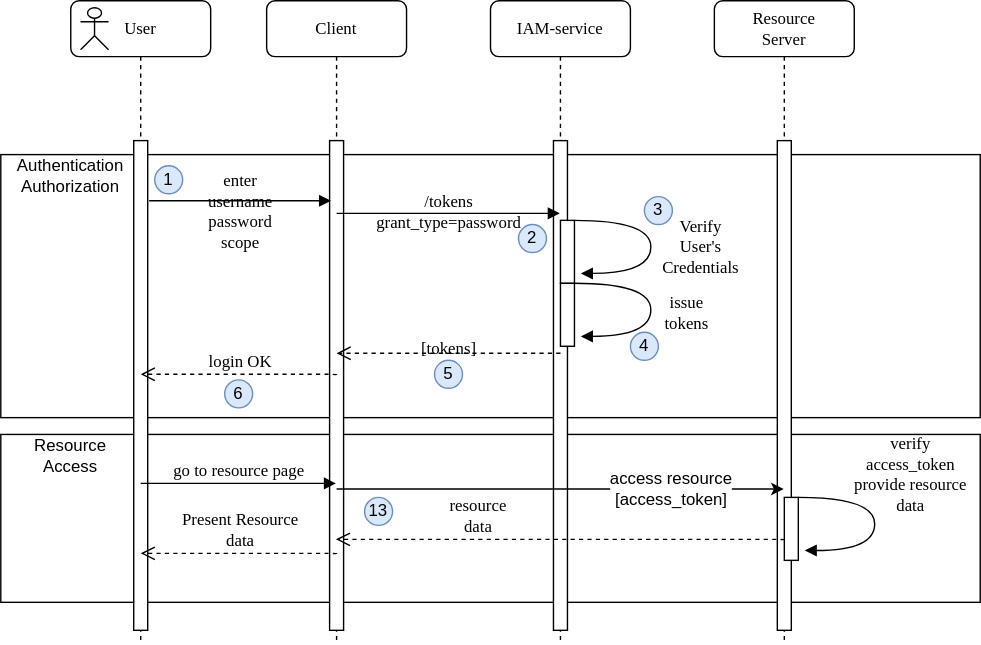
Before: docs/oauth2/133_password-credentials-flow.svg, a diagram exported from draw.io (jveverka/iam-service). Source tidied: cells renumbered, new cells last; positions are measured from the earlier drawing's top-left corner, leaving out a move shared by most shapes. Its diagram source:
```xml
<mxGraphModel background="#ffffff">
  <root>
    <mxCell id="0" />
    <mxCell id="1" parent="0" />
    <mxCell id="2" style="rounded=0;whiteSpace=wrap;html=1;" parent="1" vertex="1">
      <mxGeometry y="310" width="700" height="120" as="geometry" />
    </mxCell>
    <mxCell id="3" style="rounded=0;whiteSpace=wrap;html=1;" parent="1" vertex="1">
      <mxGeometry y="110" width="700" height="188" as="geometry" />
    </mxCell>
    <mxCell id="4" value="Client" style="shape=umlLifeline;perimeter=lifelinePerimeter;whiteSpace=wrap;html=1;rounded=1;shadow=0;comic=0;labelBackgroundColor=none;strokeWidth=1;fontFamily=Verdana;fontSize=12;align=center;" parent="1" vertex="1">
      <mxGeometry x="190" width="100" height="460" as="geometry" />
    </mxCell>
    <mxCell id="5" style="html=1;perimeter=orthogonalPerimeter;rounded=0;shadow=0;comic=0;labelBackgroundColor=none;strokeWidth=1;fontFamily=Verdana;fontSize=12;align=center;" parent="4" vertex="1">
      <mxGeometry x="45" y="100" width="10" height="350" as="geometry" />
    </mxCell>
    <mxCell id="6" value="IAM-service" style="shape=umlLifeline;perimeter=lifelinePerimeter;whiteSpace=wrap;html=1;rounded=1;shadow=0;comic=0;labelBackgroundColor=none;strokeWidth=1;fontFamily=Verdana;fontSize=12;align=center;" parent="1" vertex="1">
      <mxGeometry x="350" width="100" height="460" as="geometry" />
    </mxCell>
    <mxCell id="7" style="html=1;perimeter=orthogonalPerimeter;rounded=0;shadow=0;comic=0;labelBackgroundColor=none;strokeWidth=1;fontFamily=Verdana;fontSize=12;align=center;" parent="6" vertex="1">
      <mxGeometry x="45" y="100" width="10" height="350" as="geometry" />
    </mxCell>
    <mxCell id="8" value="User" style="shape=umlLifeline;perimeter=lifelinePerimeter;whiteSpace=wrap;html=1;rounded=1;shadow=0;comic=0;labelBackgroundColor=none;strokeWidth=1;fontFamily=Verdana;fontSize=12;align=center;" parent="1" vertex="1">
      <mxGeometry x="50" width="100" height="460" as="geometry" />
    </mxCell>
    <mxCell id="9" style="html=1;perimeter=orthogonalPerimeter;rounded=0;shadow=0;comic=0;labelBackgroundColor=none;strokeWidth=1;fontFamily=Verdana;fontSize=12;align=center;" parent="8" vertex="1">
      <mxGeometry x="45" y="100" width="10" height="350" as="geometry" />
    </mxCell>
    <mxCell id="10" style="shape=umlActor;verticalLabelPosition=bottom;labelBackgroundColor=#ffffff;verticalAlign=top;html=1;" parent="8" vertex="1">
      <mxGeometry x="7" y="5" width="20" height="30" as="geometry" />
    </mxCell>
    <mxCell id="11" value="/tokens&lt;br&gt;grant_type=password" style="html=1;verticalAlign=bottom;endArrow=block;labelBackgroundColor=none;fontFamily=Verdana;fontSize=12;edgeStyle=elbowEdgeStyle;elbow=vertical;" parent="1" edge="1">
      <mxGeometry y="-16" relative="1" as="geometry">
        <mxPoint x="240" y="152" as="sourcePoint" />
        <mxPoint x="399.5" y="152" as="targetPoint" />
      </mxGeometry>
    </mxCell>
    <mxCell id="12" value="enter&lt;br&gt;username&lt;br&gt;password&lt;br&gt;scope" style="html=1;verticalAlign=bottom;endArrow=block;entryX=0;entryY=0;labelBackgroundColor=none;fontFamily=Verdana;fontSize=12;edgeStyle=elbowEdgeStyle;elbow=vertical;" parent="1" edge="1">
      <mxGeometry y="-39" relative="1" as="geometry">
        <mxPoint x="106" y="143" as="sourcePoint" />
        <mxPoint x="236" y="143" as="targetPoint" />
      </mxGeometry>
    </mxCell>
    <mxCell id="13" style="html=1;perimeter=orthogonalPerimeter;rounded=0;shadow=0;comic=0;labelBackgroundColor=none;strokeWidth=1;fontFamily=Verdana;fontSize=12;align=center;" parent="1" vertex="1">
      <mxGeometry x="400" y="157" width="10" height="45" as="geometry" />
    </mxCell>
    <mxCell id="14" value="Verify&lt;br&gt;User's&lt;br&gt;Credentials" style="html=1;verticalAlign=bottom;endArrow=block;labelBackgroundColor=none;fontFamily=Verdana;fontSize=12;elbow=vertical;edgeStyle=orthogonalEdgeStyle;curved=1;entryX=1;entryY=0.286;entryPerimeter=0;exitX=1.038;exitY=0.345;exitPerimeter=0;" parent="1" edge="1">
      <mxGeometry x="0.3" y="36" relative="1" as="geometry">
        <mxPoint x="410" y="157" as="sourcePoint" />
        <mxPoint x="414.6" y="194.9" as="targetPoint" />
        <Array as="points">
          <mxPoint x="464.6" y="156.9" />
          <mxPoint x="464.6" y="194.9" />
        </Array>
        <mxPoint x="-1" y="6" as="offset" />
      </mxGeometry>
    </mxCell>
    <mxCell id="15" value="[tokens]" style="html=1;verticalAlign=bottom;endArrow=open;dashed=1;endSize=8;labelBackgroundColor=none;fontFamily=Verdana;fontSize=12;edgeStyle=elbowEdgeStyle;elbow=vertical;" parent="1" edge="1">
      <mxGeometry y="6" relative="1" as="geometry">
        <mxPoint x="400" y="252" as="sourcePoint" />
        <mxPoint x="240" y="252" as="targetPoint" />
        <Array as="points">
          <mxPoint x="345" y="252" />
          <mxPoint x="375" y="252" />
        </Array>
      </mxGeometry>
    </mxCell>
    <mxCell id="16" style="html=1;perimeter=orthogonalPerimeter;rounded=0;shadow=0;comic=0;labelBackgroundColor=none;strokeWidth=1;fontFamily=Verdana;fontSize=12;align=center;" parent="1" vertex="1">
      <mxGeometry x="400" y="202" width="10" height="45" as="geometry" />
    </mxCell>
    <mxCell id="17" value="issue&lt;br&gt;tokens" style="html=1;verticalAlign=bottom;endArrow=block;labelBackgroundColor=none;fontFamily=Verdana;fontSize=12;elbow=vertical;edgeStyle=orthogonalEdgeStyle;curved=1;entryX=1;entryY=0.286;entryPerimeter=0;exitX=1.038;exitY=0.345;exitPerimeter=0;" parent="1" edge="1">
      <mxGeometry x="0.3" y="25" relative="1" as="geometry">
        <mxPoint x="410" y="202" as="sourcePoint" />
        <mxPoint x="414.6" y="239.9" as="targetPoint" />
        <Array as="points">
          <mxPoint x="464.6" y="201.9" />
          <mxPoint x="464.6" y="239.9" />
        </Array>
        <mxPoint y="1" as="offset" />
      </mxGeometry>
    </mxCell>
    <mxCell id="18" value="login OK" style="html=1;verticalAlign=bottom;endArrow=open;dashed=1;endSize=8;labelBackgroundColor=none;fontFamily=Verdana;fontSize=12;edgeStyle=elbowEdgeStyle;elbow=vertical;" parent="1" edge="1">
      <mxGeometry relative="1" as="geometry">
        <mxPoint x="240" y="267.5" as="sourcePoint" />
        <mxPoint x="100" y="267" as="targetPoint" />
        <Array as="points">
          <mxPoint x="205" y="267" />
          <mxPoint x="235" y="267" />
        </Array>
      </mxGeometry>
    </mxCell>
    <mxCell id="19" value="1" style="ellipse;whiteSpace=wrap;html=1;fillColor=#dae8fc;strokeColor=#6c8ebf;" parent="1" vertex="1">
      <mxGeometry x="110" y="118" width="20" height="20" as="geometry" />
    </mxCell>
    <mxCell id="20" value="2" style="ellipse;whiteSpace=wrap;html=1;fillColor=#dae8fc;strokeColor=#6c8ebf;" parent="1" vertex="1">
      <mxGeometry x="370" y="160" width="20" height="20" as="geometry" />
    </mxCell>
    <mxCell id="21" value="3" style="ellipse;whiteSpace=wrap;html=1;fillColor=#dae8fc;strokeColor=#6c8ebf;" parent="1" vertex="1">
      <mxGeometry x="460" y="140" width="20" height="20" as="geometry" />
    </mxCell>
    <mxCell id="22" value="4" style="ellipse;whiteSpace=wrap;html=1;fillColor=#dae8fc;strokeColor=#6c8ebf;" parent="1" vertex="1">
      <mxGeometry x="450" y="237" width="20" height="20" as="geometry" />
    </mxCell>
    <mxCell id="23" value="5" style="ellipse;whiteSpace=wrap;html=1;fillColor=#dae8fc;strokeColor=#6c8ebf;" parent="1" vertex="1">
      <mxGeometry x="310" y="257" width="20" height="20" as="geometry" />
    </mxCell>
    <mxCell id="24" value="6" style="ellipse;whiteSpace=wrap;html=1;fillColor=#dae8fc;strokeColor=#6c8ebf;" parent="1" vertex="1">
      <mxGeometry x="160" y="271" width="20" height="20" as="geometry" />
    </mxCell>
    <mxCell id="25" value="Resource&lt;br&gt;Server" style="shape=umlLifeline;perimeter=lifelinePerimeter;whiteSpace=wrap;html=1;rounded=1;shadow=0;comic=0;labelBackgroundColor=none;strokeWidth=1;fontFamily=Verdana;fontSize=12;align=center;" parent="1" vertex="1">
      <mxGeometry x="510" width="100" height="460" as="geometry" />
    </mxCell>
    <mxCell id="26" style="html=1;perimeter=orthogonalPerimeter;rounded=0;shadow=0;comic=0;labelBackgroundColor=none;strokeWidth=1;fontFamily=Verdana;fontSize=12;align=center;" parent="25" vertex="1">
      <mxGeometry x="45" y="100" width="10" height="350" as="geometry" />
    </mxCell>
    <mxCell id="27" style="endArrow=classic;html=1;" parent="1" edge="1">
      <mxGeometry relative="1" as="geometry">
        <mxPoint x="240" y="349" as="sourcePoint" />
        <mxPoint x="559.5" y="349" as="targetPoint" />
      </mxGeometry>
    </mxCell>
    <mxCell id="28" value="access resource&lt;br&gt;[access_token]" style="text;html=1;align=center;verticalAlign=middle;labelBackgroundColor=#ffffff;" parent="27" vertex="1">
      <mxGeometry x="0.49" y="1" relative="1" as="geometry" />
    </mxCell>
    <mxCell id="29" value="resource&lt;br&gt;data" style="html=1;verticalAlign=bottom;endArrow=open;dashed=1;endSize=8;labelBackgroundColor=none;fontFamily=Verdana;fontSize=12;edgeStyle=elbowEdgeStyle;elbow=vertical;" parent="1" edge="1">
      <mxGeometry x="0.37" relative="1" as="geometry">
        <mxPoint x="560" y="385.5" as="sourcePoint" />
        <mxPoint x="239.5" y="385" as="targetPoint" />
        <Array as="points">
          <mxPoint x="525" y="385" />
          <mxPoint x="555" y="385" />
        </Array>
      </mxGeometry>
    </mxCell>
    <mxCell id="30" value="go to resource page" style="html=1;verticalAlign=bottom;endArrow=block;labelBackgroundColor=none;fontFamily=Verdana;fontSize=12;edgeStyle=elbowEdgeStyle;elbow=vertical;" parent="1" edge="1">
      <mxGeometry relative="1" as="geometry">
        <mxPoint x="100" y="345" as="sourcePoint" />
        <mxPoint x="239.5" y="345" as="targetPoint" />
      </mxGeometry>
    </mxCell>
    <mxCell id="31" value="Present Resource&lt;br&gt;data" style="html=1;verticalAlign=bottom;endArrow=open;dashed=1;endSize=8;labelBackgroundColor=none;fontFamily=Verdana;fontSize=12;edgeStyle=elbowEdgeStyle;elbow=vertical;" parent="1" edge="1">
      <mxGeometry relative="1" as="geometry">
        <mxPoint x="240" y="395.5" as="sourcePoint" />
        <mxPoint x="100" y="395" as="targetPoint" />
        <Array as="points">
          <mxPoint x="205" y="395" />
          <mxPoint x="235" y="395" />
        </Array>
      </mxGeometry>
    </mxCell>
    <mxCell id="32" style="html=1;perimeter=orthogonalPerimeter;rounded=0;shadow=0;comic=0;labelBackgroundColor=none;strokeWidth=1;fontFamily=Verdana;fontSize=12;align=center;" parent="1" vertex="1">
      <mxGeometry x="560" y="355" width="10" height="45" as="geometry" />
    </mxCell>
    <mxCell id="33" value="verify&lt;br&gt;access_token&lt;br&gt;provide resource&lt;br&gt;data" style="html=1;verticalAlign=bottom;endArrow=block;labelBackgroundColor=none;fontFamily=Verdana;fontSize=12;elbow=vertical;edgeStyle=orthogonalEdgeStyle;curved=1;entryX=1;entryY=0.286;entryPerimeter=0;exitX=1.038;exitY=0.345;exitPerimeter=0;" parent="1" edge="1">
      <mxGeometry x="-0.23" y="-29" relative="1" as="geometry">
        <mxPoint x="570" y="355" as="sourcePoint" />
        <mxPoint x="574.6" y="392.9" as="targetPoint" />
        <Array as="points">
          <mxPoint x="624.6" y="354.9" />
          <mxPoint x="624.6" y="392.9" />
        </Array>
        <mxPoint x="54" y="15" as="offset" />
      </mxGeometry>
    </mxCell>
    <mxCell id="34" value="13" style="ellipse;whiteSpace=wrap;html=1;fillColor=#dae8fc;strokeColor=#6c8ebf;" parent="1" vertex="1">
      <mxGeometry x="260" y="355" width="20" height="20" as="geometry" />
    </mxCell>
    <mxCell id="35" value="Authentication&lt;br&gt;Authorization" style="text;html=1;strokeColor=none;fillColor=none;align=center;verticalAlign=middle;whiteSpace=wrap;rounded=0;" parent="1" vertex="1">
      <mxGeometry x="10" y="110" width="80" height="30" as="geometry" />
    </mxCell>
    <mxCell id="36" value="Resource&lt;br&gt;Access" style="text;html=1;strokeColor=none;fillColor=none;align=center;verticalAlign=middle;whiteSpace=wrap;rounded=0;" parent="1" vertex="1">
      <mxGeometry x="10" y="310" width="80" height="30" as="geometry" />
    </mxCell>
  </root>
</mxGraphModel>
```
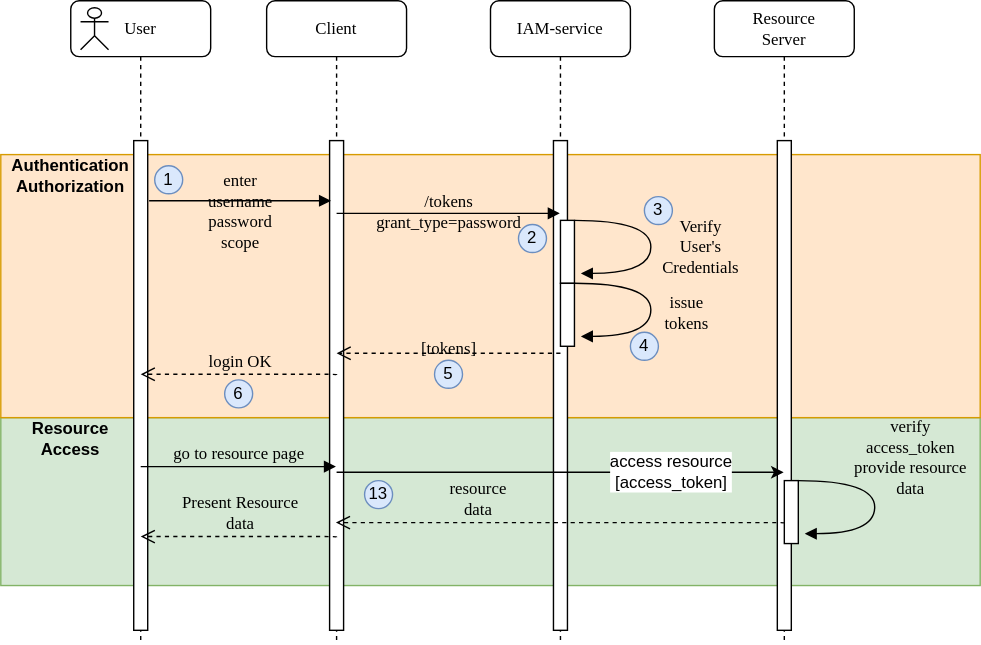
After the commit.

Change to the diagram source:
```diff
@@ -2,10 +2,10 @@
   <root>
     <mxCell id="0" />
     <mxCell id="1" parent="0" />
-    <mxCell id="2" style="rounded=0;whiteSpace=wrap;html=1;" parent="1" vertex="1">
-      <mxGeometry y="310" width="700" height="120" as="geometry" />
+    <mxCell id="2" style="rounded=0;whiteSpace=wrap;html=1;fillColor=#d5e8d4;strokeColor=#82b366;" parent="1" vertex="1">
+      <mxGeometry y="298" width="700" height="120" as="geometry" />
     </mxCell>
-    <mxCell id="3" style="rounded=0;whiteSpace=wrap;html=1;" parent="1" vertex="1">
+    <mxCell id="3" style="rounded=0;whiteSpace=wrap;html=1;fillColor=#ffe6cc;strokeColor=#d79b00;" parent="1" vertex="1">
       <mxGeometry y="110" width="700" height="188" as="geometry" />
     </mxCell>
     <mxCell id="4" value="Client" style="shape=umlLifeline;perimeter=lifelinePerimeter;whiteSpace=wrap;html=1;rounded=1;shadow=0;comic=0;labelBackgroundColor=none;strokeWidth=1;fontFamily=Verdana;fontSize=12;align=center;" parent="1" vertex="1">
@@ -115,8 +115,8 @@
     </mxCell>
     <mxCell id="27" style="endArrow=classic;html=1;" parent="1" edge="1">
       <mxGeometry relative="1" as="geometry">
-        <mxPoint x="240" y="349" as="sourcePoint" />
-        <mxPoint x="559.5" y="349" as="targetPoint" />
+        <mxPoint x="240" y="337" as="sourcePoint" />
+        <mxPoint x="559.5" y="337" as="targetPoint" />
       </mxGeometry>
     </mxCell>
     <mxCell id="28" value="access resource&lt;br&gt;[access_token]" style="text;html=1;align=center;verticalAlign=middle;labelBackgroundColor=#ffffff;" parent="27" vertex="1">
@@ -124,52 +124,52 @@
     </mxCell>
     <mxCell id="29" value="resource&lt;br&gt;data" style="html=1;verticalAlign=bottom;endArrow=open;dashed=1;endSize=8;labelBackgroundColor=none;fontFamily=Verdana;fontSize=12;edgeStyle=elbowEdgeStyle;elbow=vertical;" parent="1" edge="1">
       <mxGeometry x="0.37" relative="1" as="geometry">
-        <mxPoint x="560" y="385.5" as="sourcePoint" />
-        <mxPoint x="239.5" y="385" as="targetPoint" />
+        <mxPoint x="560" y="373.5" as="sourcePoint" />
+        <mxPoint x="239.5" y="373" as="targetPoint" />
         <Array as="points">
-          <mxPoint x="525" y="385" />
-          <mxPoint x="555" y="385" />
+          <mxPoint x="525" y="373" />
+          <mxPoint x="555" y="373" />
         </Array>
       </mxGeometry>
     </mxCell>
     <mxCell id="30" value="go to resource page" style="html=1;verticalAlign=bottom;endArrow=block;labelBackgroundColor=none;fontFamily=Verdana;fontSize=12;edgeStyle=elbowEdgeStyle;elbow=vertical;" parent="1" edge="1">
       <mxGeometry relative="1" as="geometry">
-        <mxPoint x="100" y="345" as="sourcePoint" />
-        <mxPoint x="239.5" y="345" as="targetPoint" />
+        <mxPoint x="100" y="333" as="sourcePoint" />
+        <mxPoint x="239.5" y="333" as="targetPoint" />
       </mxGeometry>
     </mxCell>
     <mxCell id="31" value="Present Resource&lt;br&gt;data" style="html=1;verticalAlign=bottom;endArrow=open;dashed=1;endSize=8;labelBackgroundColor=none;fontFamily=Verdana;fontSize=12;edgeStyle=elbowEdgeStyle;elbow=vertical;" parent="1" edge="1">
       <mxGeometry relative="1" as="geometry">
-        <mxPoint x="240" y="395.5" as="sourcePoint" />
-        <mxPoint x="100" y="395" as="targetPoint" />
+        <mxPoint x="240" y="383.5" as="sourcePoint" />
+        <mxPoint x="100" y="383" as="targetPoint" />
         <Array as="points">
-          <mxPoint x="205" y="395" />
-          <mxPoint x="235" y="395" />
+          <mxPoint x="205" y="383" />
+          <mxPoint x="235" y="383" />
         </Array>
       </mxGeometry>
     </mxCell>
     <mxCell id="32" style="html=1;perimeter=orthogonalPerimeter;rounded=0;shadow=0;comic=0;labelBackgroundColor=none;strokeWidth=1;fontFamily=Verdana;fontSize=12;align=center;" parent="1" vertex="1">
-      <mxGeometry x="560" y="355" width="10" height="45" as="geometry" />
+      <mxGeometry x="560" y="343" width="10" height="45" as="geometry" />
     </mxCell>
     <mxCell id="33" value="verify&lt;br&gt;access_token&lt;br&gt;provide resource&lt;br&gt;data" style="html=1;verticalAlign=bottom;endArrow=block;labelBackgroundColor=none;fontFamily=Verdana;fontSize=12;elbow=vertical;edgeStyle=orthogonalEdgeStyle;curved=1;entryX=1;entryY=0.286;entryPerimeter=0;exitX=1.038;exitY=0.345;exitPerimeter=0;" parent="1" edge="1">
       <mxGeometry x="-0.23" y="-29" relative="1" as="geometry">
-        <mxPoint x="570" y="355" as="sourcePoint" />
-        <mxPoint x="574.6" y="392.9" as="targetPoint" />
+        <mxPoint x="570" y="343" as="sourcePoint" />
+        <mxPoint x="574.6" y="380.9" as="targetPoint" />
         <Array as="points">
-          <mxPoint x="624.6" y="354.9" />
-          <mxPoint x="624.6" y="392.9" />
+          <mxPoint x="624.6" y="342.9" />
+          <mxPoint x="624.6" y="380.9" />
         </Array>
         <mxPoint x="54" y="15" as="offset" />
       </mxGeometry>
     </mxCell>
     <mxCell id="34" value="13" style="ellipse;whiteSpace=wrap;html=1;fillColor=#dae8fc;strokeColor=#6c8ebf;" parent="1" vertex="1">
-      <mxGeometry x="260" y="355" width="20" height="20" as="geometry" />
+      <mxGeometry x="260" y="343" width="20" height="20" as="geometry" />
     </mxCell>
-    <mxCell id="35" value="Authentication&lt;br&gt;Authorization" style="text;html=1;strokeColor=none;fillColor=none;align=center;verticalAlign=middle;whiteSpace=wrap;rounded=0;" parent="1" vertex="1">
+    <mxCell id="35" value="&lt;b&gt;Authentication&lt;br&gt;Authorization&lt;/b&gt;" style="text;html=1;strokeColor=none;fillColor=none;align=center;verticalAlign=middle;whiteSpace=wrap;rounded=0;" parent="1" vertex="1">
       <mxGeometry x="10" y="110" width="80" height="30" as="geometry" />
     </mxCell>
-    <mxCell id="36" value="Resource&lt;br&gt;Access" style="text;html=1;strokeColor=none;fillColor=none;align=center;verticalAlign=middle;whiteSpace=wrap;rounded=0;" parent="1" vertex="1">
-      <mxGeometry x="10" y="310" width="80" height="30" as="geometry" />
+    <mxCell id="36" value="&lt;b&gt;Resource&lt;br&gt;Access&lt;/b&gt;" style="text;html=1;strokeColor=none;fillColor=none;align=center;verticalAlign=middle;whiteSpace=wrap;rounded=0;" parent="1" vertex="1">
+      <mxGeometry x="10" y="298" width="80" height="30" as="geometry" />
     </mxCell>
   </root>
 </mxGraphModel>
```
